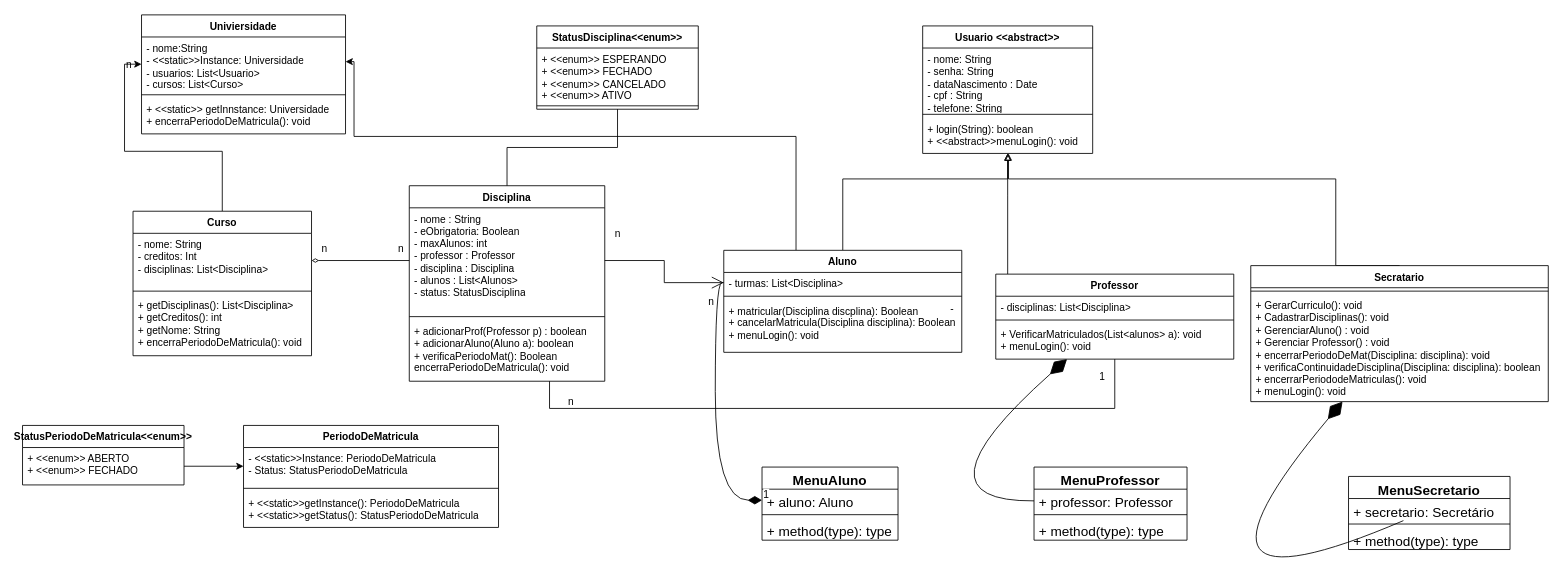
The draw.io diagram projeto/diagramas/DiagramaDeClasses.drawio in LDS-G5/Projeto-1, before the edit. Source tidied: cells renumbered, new cells numbered last; positions are measured from the earlier drawing's top-left corner, leaving out a move shared by most shapes. Both pictures are drawn from the tidied source at 85%, with x=0, y=0 at pixel (22, 14).
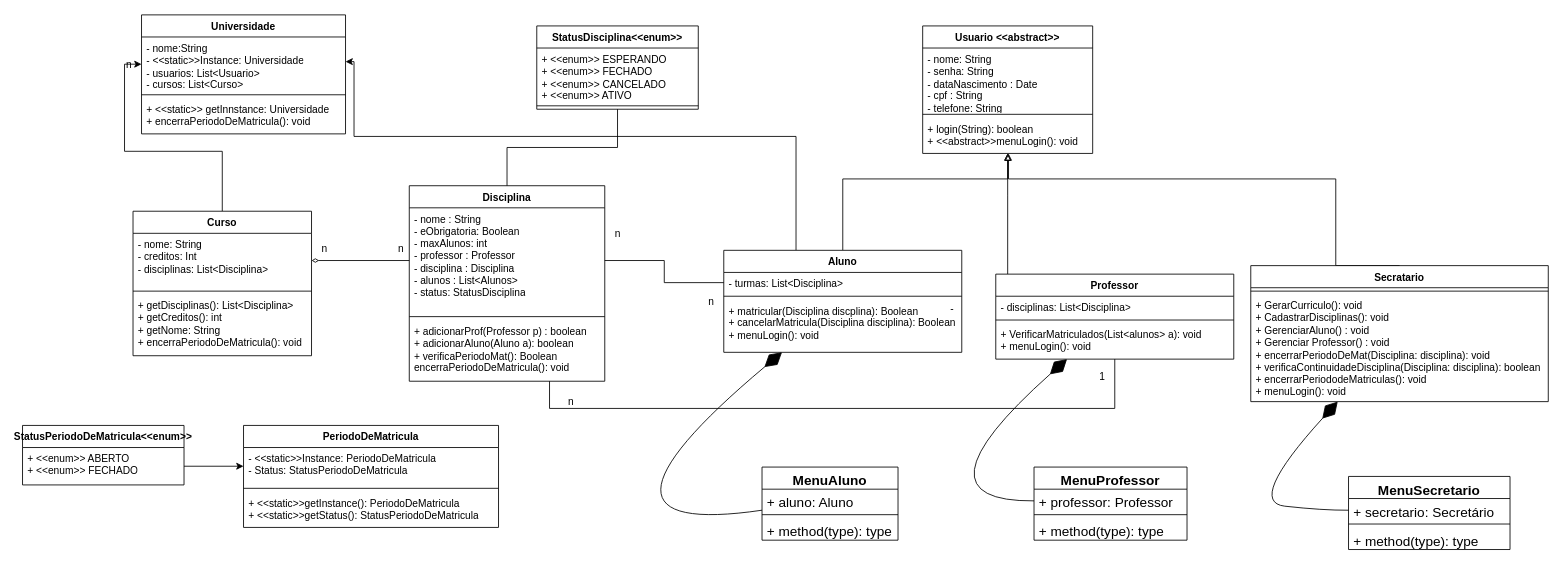
Above is the later version.

Unchanged cells that the change refers to:
```xml
<mxCell id="8" value="Secratario" style="swimlane;fontStyle=1;align=center;verticalAlign=top;horizontal=1;startSize=26;whiteSpace=wrap;html=1;" parent="1" vertex="1">
  <mxGeometry x="1445" y="295" width="350" height="160" as="geometry" />
</mxCell>
<mxCell id="27" value="Aluno" style="swimlane;fontStyle=1;align=center;verticalAlign=top;horizontal=1;startSize=26;whiteSpace=wrap;html=1;" parent="1" vertex="1">
  <mxGeometry x="825" y="277" width="280" height="120" as="geometry" />
</mxCell>
<mxCell id="28" value="- turmas: List&amp;lt;Disciplina&amp;gt;" style="text;strokeColor=none;fillColor=none;align=left;verticalAlign=top;spacingLeft=4;spacingRight=4;overflow=hidden;points=[[0,0.5],[1,0.5]];portConstraint=eastwest;whiteSpace=wrap;html=1;" parent="27" vertex="1">
  <mxGeometry y="26" width="280" height="24" as="geometry" />
</mxCell>
<mxCell id="57" value="+ aluno: Aluno" style="text;strokeColor=none;fillColor=none;align=left;verticalAlign=top;spacingLeft=4;spacingRight=4;overflow=hidden;points=[[0,0.5],[1,0.5]];portConstraint=eastwest;whiteSpace=wrap;html=1;fontSize=16;" parent="56" vertex="1">
  <mxGeometry y="26" width="160" height="26" as="geometry" />
</mxCell>
<mxCell id="61" value="+ secretario: Secretário" style="text;strokeColor=none;fillColor=none;align=left;verticalAlign=top;spacingLeft=4;spacingRight=4;overflow=hidden;points=[[0,0.5],[1,0.5]];portConstraint=eastwest;whiteSpace=wrap;html=1;fontSize=16;" parent="60" vertex="1">
  <mxGeometry y="26" width="190" height="26" as="geometry" />
</mxCell>
```

Diff of the diagram source:
```diff
@@
-    <mxCell id="47" value="Univiersidade" style="swimlane;fontStyle=1;align=center;verticalAlign=top;horizontal=1;startSize=26;whiteSpace=wrap;html=1;" parent="1" vertex="1">
+    <mxCell id="47" value="Universidade" style="swimlane;fontStyle=1;align=center;verticalAlign=top;horizontal=1;startSize=26;whiteSpace=wrap;html=1;" parent="1" vertex="1">
       <mxGeometry x="140" width="240" height="140" as="geometry" />
     </mxCell>
@@
-    <mxCell id="68" value="1" style="endArrow=open;html=1;endSize=12;startArrow=diamondThin;startSize=14;startFill=1;edgeStyle=orthogonalEdgeStyle;align=left;verticalAlign=bottom;rounded=0;fontSize=12;curved=1;" parent="1" edge="1" source="57" target="28">
-      <mxGeometry x="-1" y="3" relative="1" as="geometry">
-        <Array as="points">
-          <mxPoint x="815" y="571" />
-          <mxPoint x="815" y="315" />
-        </Array>
-      </mxGeometry>
-    </mxCell>
@@
     <mxCell id="70" style="endArrow=diamondThin;endFill=1;endSize=24;html=1;rounded=0;fontSize=12;curved=1;" parent="1" edge="1" source="61" target="8">
       <mxGeometry relative="1" as="geometry">
         <Array as="points">
-          <mxPoint x="1330" y="721" />
+          <mxPoint x="1530" y="583" />
+          <mxPoint x="1440" y="573" />
         </Array>
       </mxGeometry>
     </mxCell>
+    <mxCell id="71" style="endArrow=diamondThin;endFill=1;endSize=24;html=1;rounded=0;fontSize=12;curved=1;" parent="1" edge="1" source="57" target="27">
+      <mxGeometry relative="1" as="geometry">
+        <Array as="points">
+          <mxPoint x="630" y="618" />
+        </Array>
+      </mxGeometry>
+    </mxCell>
```
